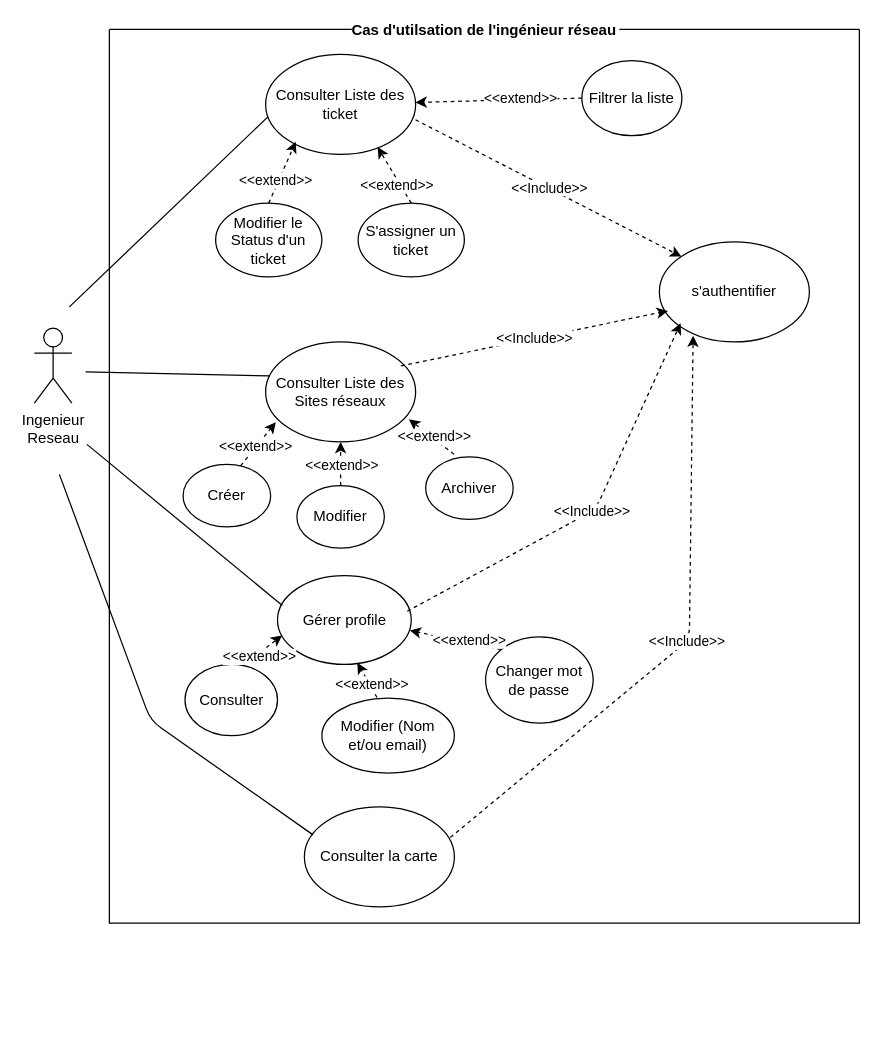
Belakebi-Amine/djezzy_supervision keeps this draw.io diagram as page "Ingenieur Reseaux" (3 of 4) of Conception/USE_CASE.drawio. Above is the earlier version. Source tidied: cells renumbered, new cells numbered last; positions are measured from the earlier drawing's top-left corner, leaving out a move shared by most shapes. Both pictures are drawn from the tidied source at 125%, with x=0, y=0 at pixel (34, 29).
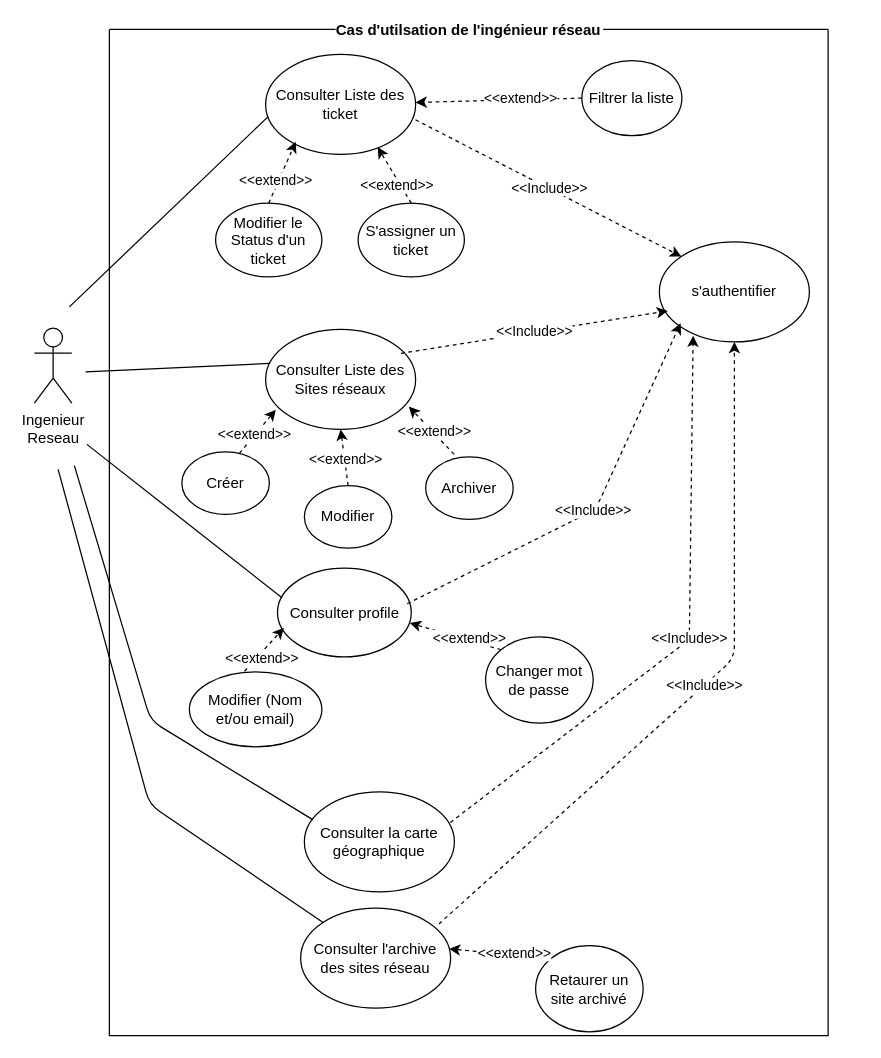
The same page after the edit.

The change refers to these unchanged cells:
```xml
<mxCell id="18" value="s'authentifier" style="ellipse;whiteSpace=wrap;html=1;" parent="3" vertex="1">
  <mxGeometry x="440" y="170" width="120" height="80" as="geometry" />
</mxCell>
```

Change to the diagram source:
```diff
@@
     <mxCell id="3" value="Cas d'utilsation de l'ingénieur réseau" style="swimlane;startSize=0;fillColor=default;gradientColor=none;swimlaneFillColor=none;labelBackgroundColor=default;" parent="1" vertex="1">
-      <mxGeometry x="60" width="600" height="715" as="geometry" />
+      <mxGeometry x="60" width="575" height="805" as="geometry" />
     </mxCell>
     <mxCell id="4" value="Consulter Liste des Sites réseaux" style="ellipse;whiteSpace=wrap;html=1;" parent="3" vertex="1">
-      <mxGeometry x="125" y="250" width="120" height="80" as="geometry" />
+      <mxGeometry x="125" y="240" width="120" height="80" as="geometry" />
     </mxCell>
     <mxCell id="5" value="Créer" style="ellipse;whiteSpace=wrap;html=1;" parent="3" vertex="1">
-      <mxGeometry x="59" y="348" width="70" height="50" as="geometry" />
+      <mxGeometry x="58" y="338" width="70" height="50" as="geometry" />
     </mxCell>
     <mxCell id="6" value="Modifier" style="ellipse;whiteSpace=wrap;html=1;" parent="3" vertex="1">
-      <mxGeometry x="150" y="365" width="70" height="50" as="geometry" />
+      <mxGeometry x="156" y="365" width="70" height="50" as="geometry" />
     </mxCell>
@@
-    <mxCell id="27" value="Consulter la carte" style="ellipse;whiteSpace=wrap;html=1;" parent="3" vertex="1">
-      <mxGeometry x="156" y="622" width="120" height="80" as="geometry" />
+    <mxCell id="27" value="Consulter la carte géographique" style="ellipse;whiteSpace=wrap;html=1;" parent="3" vertex="1">
+      <mxGeometry x="156" y="610" width="120" height="80" as="geometry" />
     </mxCell>
-    <mxCell id="28" value="Gérer profile" style="ellipse;whiteSpace=wrap;html=1;" parent="3" vertex="1">
-      <mxGeometry x="134.5" y="437" width="107" height="71" as="geometry" />
+    <mxCell id="28" value="Consulter profile" style="ellipse;whiteSpace=wrap;html=1;" parent="3" vertex="1">
+      <mxGeometry x="134.5" y="431" width="107" height="71" as="geometry" />
     </mxCell>
     <mxCell id="29" value="Modifier (Nom et/ou email)" style="ellipse;whiteSpace=wrap;html=1;" parent="3" vertex="1">
-      <mxGeometry x="170" y="535" width="106" height="60" as="geometry" />
+      <mxGeometry x="64" y="514" width="106" height="60" as="geometry" />
     </mxCell>
@@
-    <mxCell id="31" value="Consulter" style="ellipse;whiteSpace=wrap;html=1;" parent="3" vertex="1">
-      <mxGeometry x="60.5" y="508" width="74" height="57" as="geometry" />
-    </mxCell>
@@
-    <mxCell id="34" style="endArrow=classic;html=1;exitX=0.416;exitY=-0.008;exitDx=0;exitDy=0;entryX=0.597;entryY=0.981;entryDx=0;entryDy=0;entryPerimeter=0;dashed=1;exitPerimeter=0;" parent="3" edge="1" source="29" target="28">
+    <mxCell id="34" style="endArrow=classic;html=1;exitX=0.416;exitY=-0.008;exitDx=0;exitDy=0;entryX=0.048;entryY=0.673;entryDx=0;entryDy=0;entryPerimeter=0;dashed=1;exitPerimeter=0;" parent="3" edge="1" source="29" target="28">
       <mxGeometry relative="1" as="geometry" />
     </mxCell>
@@
-    <mxCell id="36" style="endArrow=classic;html=1;exitX=0.62;exitY=0.016;exitDx=0;exitDy=0;entryX=0.035;entryY=0.674;entryDx=0;entryDy=0;entryPerimeter=0;dashed=1;exitPerimeter=0;" parent="3" edge="1" source="31" target="28">
-      <mxGeometry relative="1" as="geometry" />
-    </mxCell>
+    <mxCell id="44" value="Consulter l'archive des sites réseau" style="ellipse;whiteSpace=wrap;html=1;" parent="3" vertex="1">
+      <mxGeometry x="153" y="703" width="120" height="80" as="geometry" />
+    </mxCell>
+    <mxCell id="45" value="Retaurer un site archivé" style="ellipse;whiteSpace=wrap;html=1;" parent="3" vertex="1">
+      <mxGeometry x="341" y="733" width="86" height="69" as="geometry" />
+    </mxCell>
+    <mxCell id="46" style="endArrow=classic;html=1;exitX=0;exitY=0;exitDx=0;exitDy=0;entryX=0.989;entryY=0.407;entryDx=0;entryDy=0;entryPerimeter=0;dashed=1;" parent="3" edge="1" source="45" target="44">
+      <mxGeometry relative="1" as="geometry" />
+    </mxCell>
-    <mxCell id="37" value="&amp;lt;&amp;lt;extend&amp;gt;&amp;gt;" style="edgeLabel;html=1;align=center;verticalAlign=middle;" parent="36" vertex="1">
+    <mxCell id="37" value="&amp;lt;&amp;lt;extend&amp;gt;&amp;gt;" style="edgeLabel;html=1;align=center;verticalAlign=middle;" parent="46" vertex="1">
       <mxGeometry x="-0.27" y="-2" relative="1" as="geometry" />
     </mxCell>
+    <mxCell id="47" value="&amp;lt;&amp;lt;Include&amp;gt;&amp;gt;" style="endArrow=classic;dashed=1;html=1;entryX=0.5;entryY=1;entryDx=0;entryDy=0;exitX=0.922;exitY=0.158;exitDx=0;exitDy=0;exitPerimeter=0;endFill=1;" parent="3" edge="1" source="44" target="18">
+      <mxGeometry relative="1" as="geometry">
+        <Array as="points">
+          <mxPoint x="500" y="503" />
+        </Array>
+      </mxGeometry>
+    </mxCell>
@@
     <mxCell id="40" style="endArrow=none;html=1;entryX=0.058;entryY=0.28;entryDx=0;entryDy=0;entryPerimeter=0;" parent="1" edge="1" target="27">
       <mxGeometry relative="1" as="geometry">
-        <mxPoint x="20" y="356" as="sourcePoint" />
+        <mxPoint x="32" y="349" as="sourcePoint" />
         <Array as="points">
           <mxPoint x="93" y="553" />
         </Array>
       </mxGeometry>
     </mxCell>
@@
+    <mxCell id="48" style="endArrow=none;html=1;" parent="1" edge="1" target="44">
+      <mxGeometry relative="1" as="geometry">
+        <mxPoint x="19" y="352" as="sourcePoint" />
+        <Array as="points">
+          <mxPoint x="92" y="620" />
+        </Array>
+      </mxGeometry>
+    </mxCell>
```
